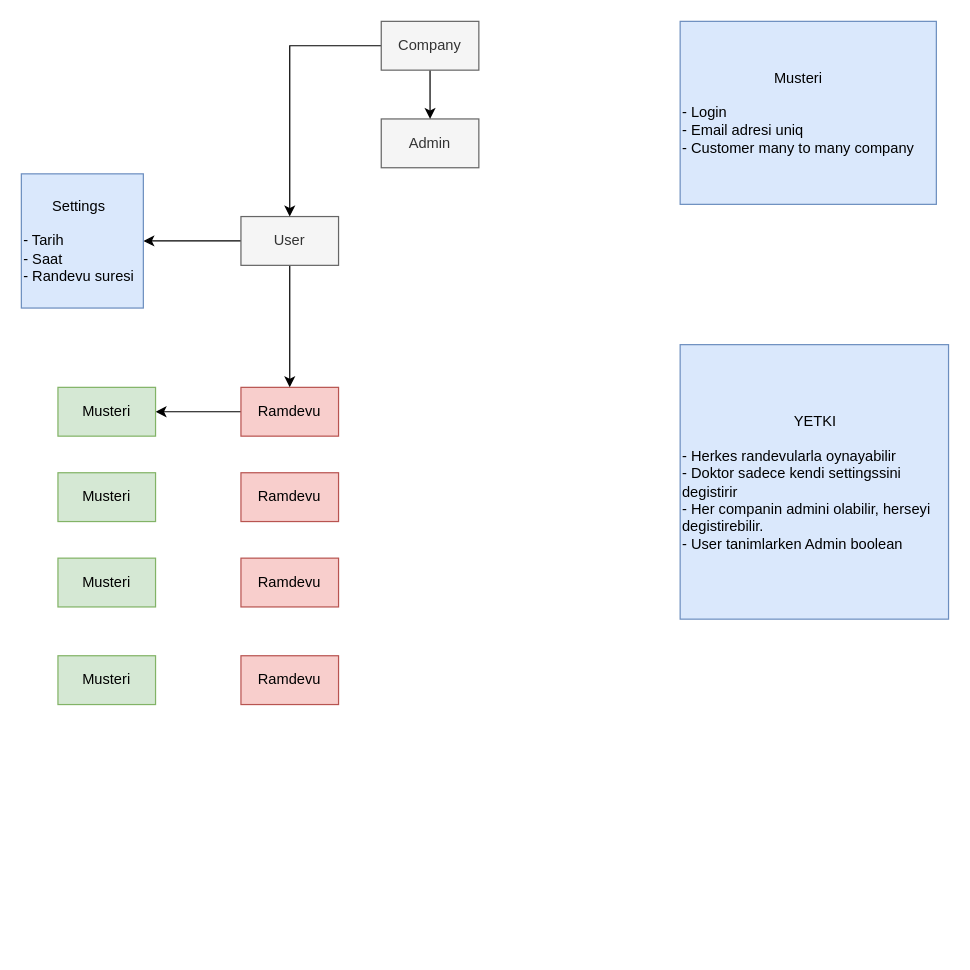
Earlier version of the draw.io diagram page "Apps 2" (9 of 9) of mrvtool.drawio (dagistan-tuncbilek/tasarimlar). Source tidied: cells renumbered, new cells numbered last; positions are measured from the earlier drawing's top-left corner, leaving out a move shared by most shapes. Both pictures are drawn from the tidied source at 122%, with x=0, y=0 at pixel (21, 21).
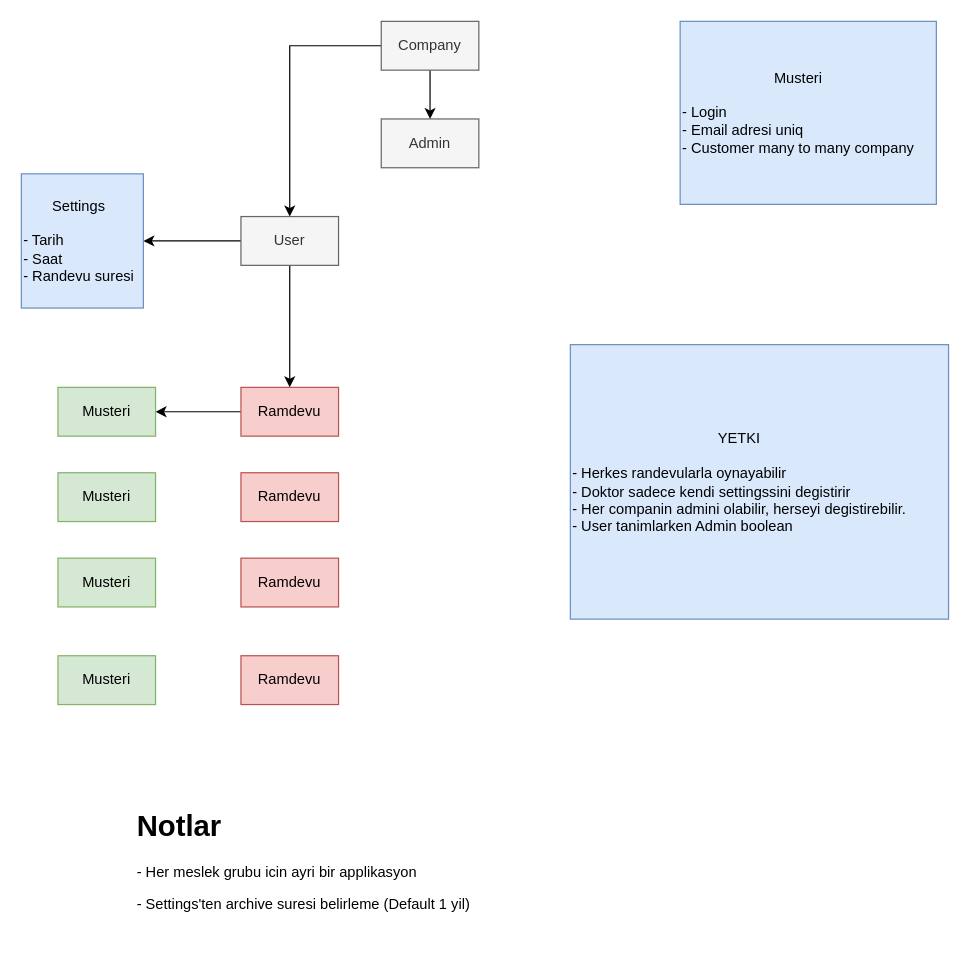
The same page after the edit.

Diff of the diagram source:
```diff
@@
     <mxCell id="19" value="&lt;div align=&quot;center&quot;&gt;YETKI&lt;/div&gt;&lt;div&gt;&lt;br&gt;&lt;/div&gt;&lt;div&gt;- Herkes randevularla oynayabilir &lt;br&gt;&lt;/div&gt;&lt;div&gt;- Doktor sadece kendi settingssini degistirir&lt;/div&gt;&lt;div&gt;- Her companin admini olabilir, herseyi degistirebilir.&lt;/div&gt;&lt;div&gt;- User tanimlarken Admin boolean&lt;br&gt;&lt;/div&gt;" style="rounded=0;whiteSpace=wrap;html=1;fillColor=#dae8fc;strokeColor=#6c8ebf;align=left;" parent="1" vertex="1">
-      <mxGeometry x="540" y="265" width="220" height="225" as="geometry" />
+      <mxGeometry x="450" y="265" width="310" height="225" as="geometry" />
     </mxCell>
@@
+    <mxCell id="21" value="&lt;h1&gt;Notlar&lt;/h1&gt;&lt;p&gt;- Her meslek grubu icin ayri bir applikasyon&lt;/p&gt;&lt;p&gt;- Settings'ten archive suresi belirleme (Default 1 yil)&lt;br&gt;&lt;/p&gt;" style="text;html=1;strokeColor=none;fillColor=none;spacing=5;spacingTop=-20;whiteSpace=wrap;overflow=hidden;rounded=0;" parent="1" vertex="1">
+      <mxGeometry x="90" y="640" width="400" height="120" as="geometry" />
+    </mxCell>
```
